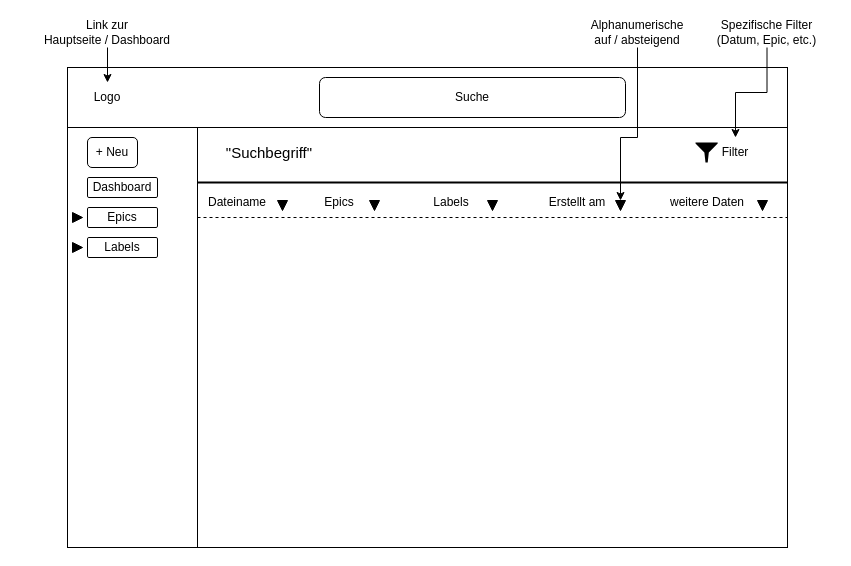
Above: page "Suche" (2 of 3) of diagrams/FE Mockup/Mockup.drawio in documents-manager/knowledge-base (draw.io), before the change. Source tidied: cells renumbered, new cells numbered last; positions are measured from the earlier drawing's top-left corner, leaving out a move shared by most shapes. Both pictures are drawn from the tidied source at 100%, with x=0, y=0 at pixel (17, 17).
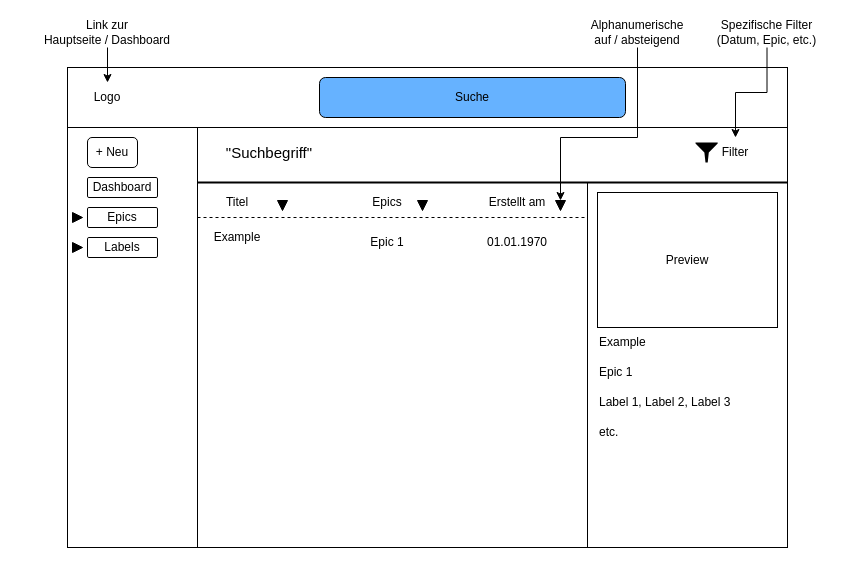
Above is the later version.

Unchanged cells that the change refers to:
```xml
<mxCell id="28" value="Alphanumerische&lt;br&gt;auf / absteigend" style="text;html=1;strokeColor=none;fillColor=none;align=center;verticalAlign=middle;whiteSpace=wrap;rounded=0;" parent="1" vertex="1">
  <mxGeometry x="530" width="180" height="30" as="geometry" />
</mxCell>
```

What changed in the source:
```diff
@@
-    <mxCell id="7" value="Suche" style="rounded=1;whiteSpace=wrap;html=1;" parent="1" vertex="1">
+    <mxCell id="7" value="Suche" style="rounded=1;whiteSpace=wrap;html=1;fillColor=#66B2FF;" parent="1" vertex="1">
       <mxGeometry x="302" y="60" width="306" height="40" as="geometry" />
     </mxCell>
@@
-    <mxCell id="13" value="Dateiname" style="text;html=1;strokeColor=none;fillColor=none;align=center;verticalAlign=middle;whiteSpace=wrap;rounded=0;" parent="1" vertex="1">
+    <mxCell id="13" value="Titel" style="text;html=1;strokeColor=none;fillColor=none;align=center;verticalAlign=middle;whiteSpace=wrap;rounded=0;" parent="1" vertex="1">
       <mxGeometry x="190" y="170" width="60" height="30" as="geometry" />
     </mxCell>
     <mxCell id="14" value="Epics" style="text;html=1;strokeColor=none;fillColor=none;align=center;verticalAlign=middle;whiteSpace=wrap;rounded=0;" parent="1" vertex="1">
-      <mxGeometry x="292" y="170" width="60" height="30" as="geometry" />
+      <mxGeometry x="340" y="170" width="60" height="30" as="geometry" />
     </mxCell>
-    <mxCell id="15" value="Labels" style="text;html=1;strokeColor=none;fillColor=none;align=center;verticalAlign=middle;whiteSpace=wrap;rounded=0;" parent="1" vertex="1">
-      <mxGeometry x="403.5" y="170" width="60" height="30" as="geometry" />
-    </mxCell>
     <mxCell id="16" value="Erstellt am" style="text;html=1;strokeColor=none;fillColor=none;align=center;verticalAlign=middle;whiteSpace=wrap;rounded=0;" parent="1" vertex="1">
-      <mxGeometry x="530" y="170" width="60" height="30" as="geometry" />
+      <mxGeometry x="470" y="170" width="60" height="30" as="geometry" />
     </mxCell>
-    <mxCell id="17" value="weitere Daten" style="text;html=1;strokeColor=none;fillColor=none;align=center;verticalAlign=middle;whiteSpace=wrap;rounded=0;" parent="1" vertex="1">
-      <mxGeometry x="640" y="170" width="100" height="30" as="geometry" />
-    </mxCell>
@@
     <mxCell id="23" style="triangle;whiteSpace=wrap;html=1;fontSize=15;strokeWidth=1;fillColor=#000000;direction=south;" parent="1" vertex="1">
-      <mxGeometry x="352" y="183" width="10" height="10" as="geometry" />
+      <mxGeometry x="400" y="183" width="10" height="10" as="geometry" />
     </mxCell>
-    <mxCell id="24" style="triangle;whiteSpace=wrap;html=1;fontSize=15;strokeWidth=1;fillColor=#000000;direction=south;" parent="1" vertex="1">
-      <mxGeometry x="470" y="183" width="10" height="10" as="geometry" />
-    </mxCell>
     <mxCell id="25" style="triangle;whiteSpace=wrap;html=1;fontSize=15;strokeWidth=1;fillColor=#000000;direction=south;" parent="1" vertex="1">
-      <mxGeometry x="598" y="183" width="10" height="10" as="geometry" />
+      <mxGeometry x="538" y="183" width="10" height="10" as="geometry" />
     </mxCell>
-    <mxCell id="26" style="triangle;whiteSpace=wrap;html=1;fontSize=15;strokeWidth=1;fillColor=#000000;direction=south;" parent="1" vertex="1">
-      <mxGeometry x="740" y="183" width="10" height="10" as="geometry" />
-    </mxCell>
     <mxCell id="27" style="edgeStyle=orthogonalEdgeStyle;rounded=0;jettySize=auto;html=1;exitX=0.5;exitY=1;exitDx=0;exitDy=0;fontSize=15;entryX=0;entryY=0.5;entryDx=0;entryDy=0;" parent="1" edge="1" source="28" target="25">
       <mxGeometry relative="1" as="geometry">
         <Array as="points">
           <mxPoint x="620" y="120" />
-          <mxPoint x="603" y="120" />
+          <mxPoint x="543" y="120" />
         </Array>
       </mxGeometry>
     </mxCell>
@@
     <mxCell id="29" style="line;strokeWidth=1;html=1;dashed=1;" parent="1" vertex="1">
-      <mxGeometry x="180" y="195" width="590" height="10" as="geometry" />
+      <mxGeometry x="180" y="195" width="390" height="10" as="geometry" />
     </mxCell>
@@
+    <mxCell id="34" style="endArrow=none;html=1;rounded=0;" parent="1" edge="1">
+      <mxGeometry relative="1" as="geometry">
+        <mxPoint x="570" y="530" as="sourcePoint" />
+        <mxPoint x="570" y="165" as="targetPoint" />
+      </mxGeometry>
+    </mxCell>
+    <mxCell id="35" value="Example" style="text;html=1;strokeColor=none;fillColor=none;align=center;verticalAlign=middle;whiteSpace=wrap;rounded=0;" parent="1" vertex="1">
+      <mxGeometry x="190" y="205" width="60" height="30" as="geometry" />
+    </mxCell>
+    <mxCell id="36" value="Epic 1" style="text;html=1;strokeColor=none;fillColor=none;align=center;verticalAlign=middle;whiteSpace=wrap;rounded=0;" parent="1" vertex="1">
+      <mxGeometry x="340" y="210" width="60" height="30" as="geometry" />
+    </mxCell>
+    <mxCell id="37" value="01.01.1970" style="text;html=1;strokeColor=none;fillColor=none;align=center;verticalAlign=middle;whiteSpace=wrap;rounded=0;" parent="1" vertex="1">
+      <mxGeometry x="470" y="210" width="60" height="30" as="geometry" />
+    </mxCell>
+    <mxCell id="38" value="Preview" style="rounded=0;whiteSpace=wrap;html=1;" parent="1" vertex="1">
+      <mxGeometry x="580" y="175" width="180" height="135" as="geometry" />
+    </mxCell>
+    <mxCell id="39" value="Example" style="text;html=1;strokeColor=none;fillColor=none;align=left;verticalAlign=middle;whiteSpace=wrap;rounded=0;" parent="1" vertex="1">
+      <mxGeometry x="580" y="310" width="60" height="30" as="geometry" />
+    </mxCell>
+    <mxCell id="40" value="Epic 1" style="text;html=1;strokeColor=none;fillColor=none;align=left;verticalAlign=middle;whiteSpace=wrap;rounded=0;" parent="1" vertex="1">
+      <mxGeometry x="580" y="340" width="60" height="30" as="geometry" />
+    </mxCell>
+    <mxCell id="41" value="Label 1, Label 2, Label 3" style="text;html=1;strokeColor=none;fillColor=none;align=left;verticalAlign=middle;whiteSpace=wrap;rounded=0;" parent="1" vertex="1">
+      <mxGeometry x="580" y="370" width="150" height="30" as="geometry" />
+    </mxCell>
+    <mxCell id="42" value="etc." style="text;html=1;strokeColor=none;fillColor=none;align=left;verticalAlign=middle;whiteSpace=wrap;rounded=0;" parent="1" vertex="1">
+      <mxGeometry x="580" y="400" width="60" height="30" as="geometry" />
+    </mxCell>
```
